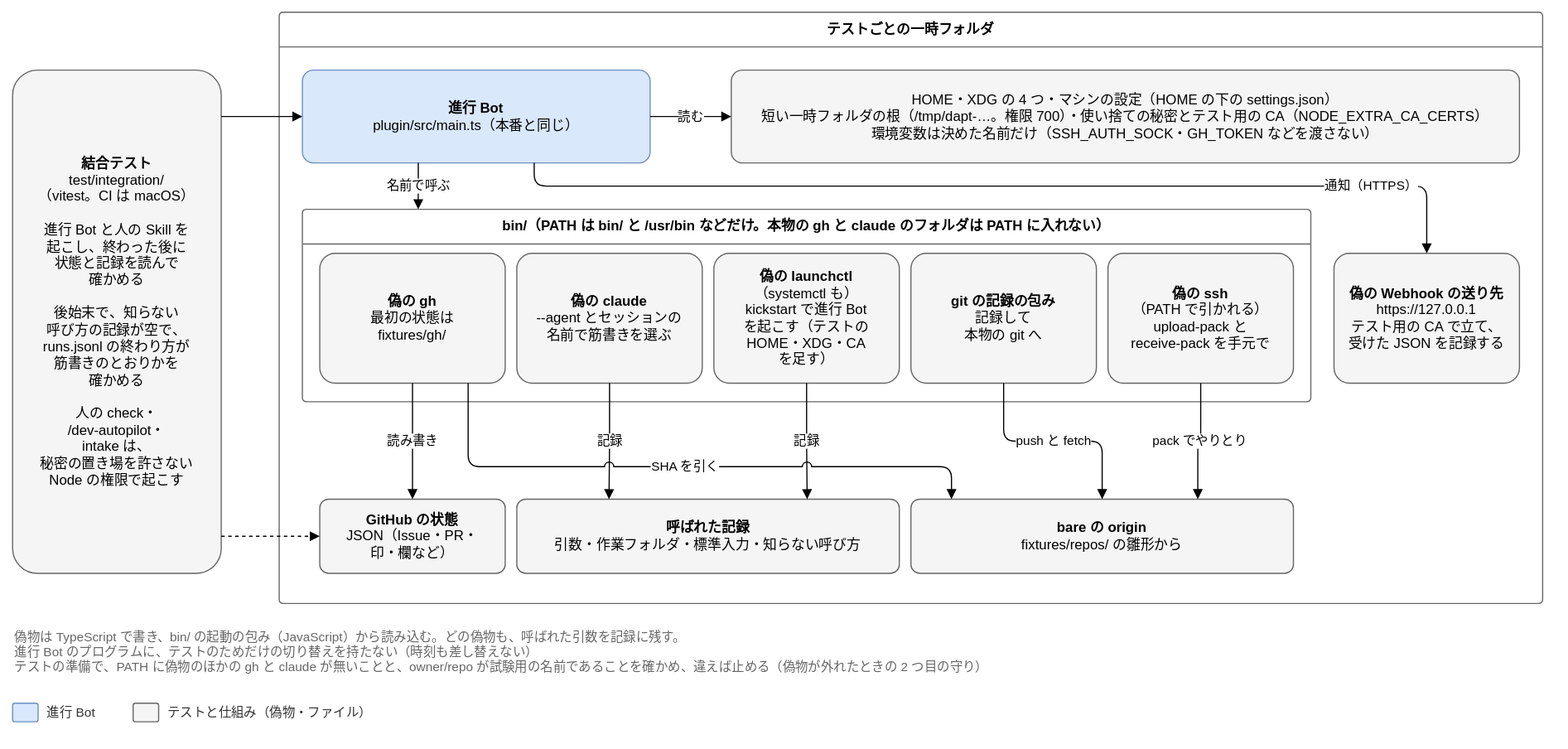
Before: docs/design/basic/diagrams/05-integration.drawio.svg, a diagram exported from draw.io (Joymerrevent/dev-autopilot). Source tidied: cells renumbered, new cells last; positions are measured from the earlier drawing's top-left corner, leaving out a move shared by most shapes.
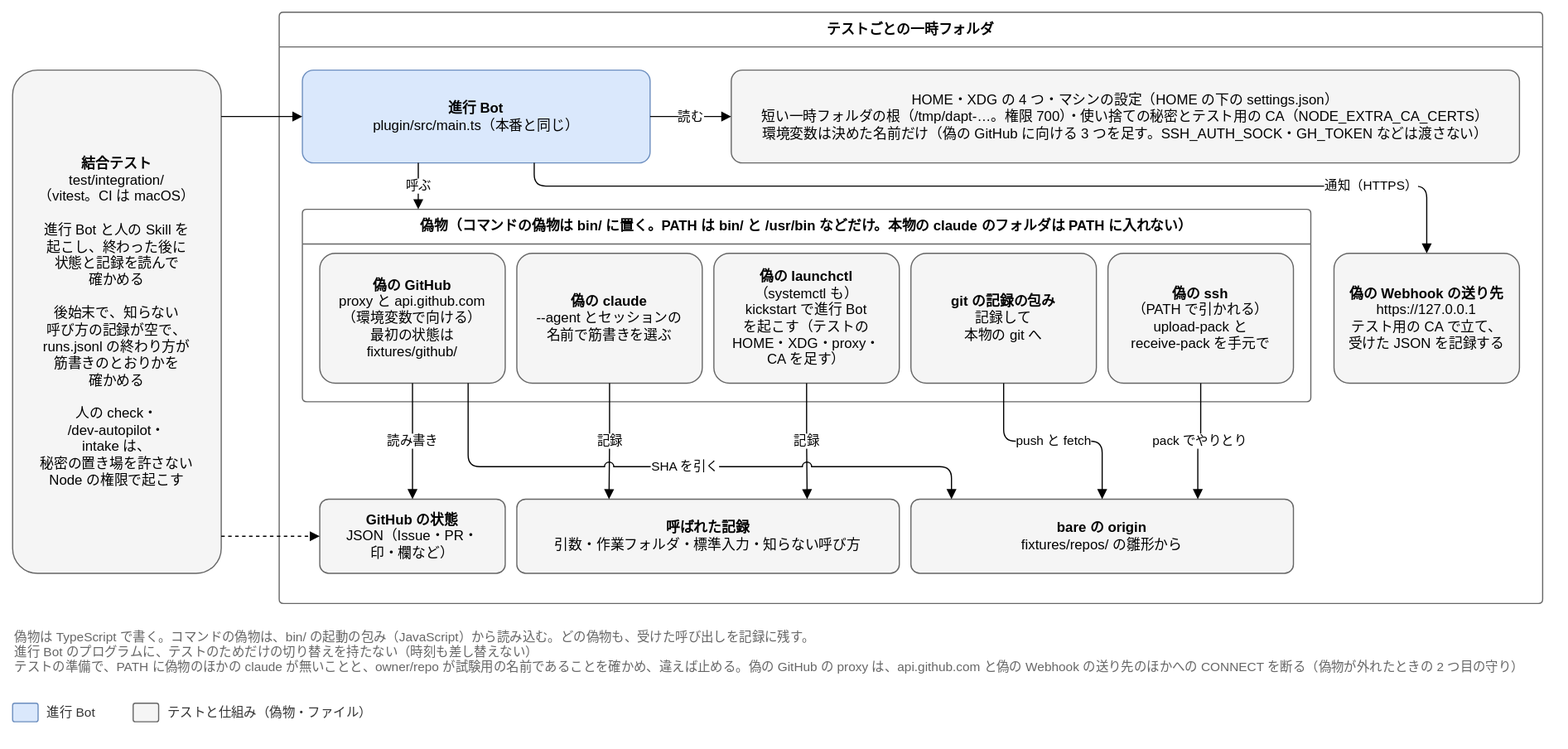
After the change.

Commit message:
docs(design): 基本設計のテストの偽の gh を、proxy の環境変数で向ける偽の GitHub に替える

ADR-20261107-001 の反映。偽の GitHub は、テスト用の CA の証明書で api.github.com として答え、
CONNECT を受ける proxy を手元に立てる。進行 Bot は NODE_USE_ENV_PROXY・HTTPS_PROXY・
NODE_EXTRA_CA_CERTS を足して起こし、テストのためだけの切り替えを持たない（FACT-123）。
proxy は api.github.com と偽の Webhook の送り先のほかへの CONNECT を断る。
結合テストの組み立ての図も直す。

Claude-Session: https://claude.ai/code/session_01LvmXQN14Y95msvojZ6hWNP

The edit, as a diff of the source:
```diff
@@ -11,19 +11,19 @@
     <mxCell id="4" value="&lt;b&gt;進行 Bot&lt;/b&gt;&lt;br&gt;plugin/src/main.ts（本番と同じ）" style="rounded=1;whiteSpace=wrap;html=1;fontSize=12;arcSize=12;spacing=12;fillColor=#dae8fc;strokeColor=#6c8ebf;" parent="1" vertex="1">
       <mxGeometry x="250" y="50" width="300" height="80" as="geometry" />
     </mxCell>
-    <mxCell id="5" value="HOME・XDG の 4 つ・マシンの設定（HOME の下の settings.json）&lt;br&gt;短い一時フォルダの根（/tmp/dapt-…。権限 700）・使い捨ての秘密とテスト用の CA（NODE_EXTRA_CA_CERTS）&lt;br&gt;環境変数は決めた名前だけ（SSH_AUTH_SOCK・GH_TOKEN などを渡さない）" style="rounded=1;whiteSpace=wrap;html=1;fontSize=12;arcSize=12;spacing=12;fillColor=#f5f5f5;strokeColor=#666666;" parent="1" vertex="1">
+    <mxCell id="5" value="HOME・XDG の 4 つ・マシンの設定（HOME の下の settings.json）&lt;br&gt;短い一時フォルダの根（/tmp/dapt-…。権限 700）・使い捨ての秘密とテスト用の CA（NODE_EXTRA_CA_CERTS）&lt;br&gt;環境変数は決めた名前だけ（偽の GitHub に向ける 3 つを足す。SSH_AUTH_SOCK・GH_TOKEN などは渡さない）" style="rounded=1;whiteSpace=wrap;html=1;fontSize=12;arcSize=12;spacing=12;fillColor=#f5f5f5;strokeColor=#666666;" parent="1" vertex="1">
       <mxGeometry x="620" y="50" width="680" height="80" as="geometry" />
     </mxCell>
-    <mxCell id="6" value="bin/（PATH は bin/ と /usr/bin などだけ。本物の gh と claude のフォルダは PATH に入れない）" style="swimlane;startSize=30;html=1;whiteSpace=wrap;rounded=1;arcSize=4;fontStyle=1;fontSize=12;strokeColor=#666666;fillColor=none;swimlaneFillColor=none;" parent="1" vertex="1">
+    <mxCell id="6" value="偽物（コマンドの偽物は bin/ に置く。PATH は bin/ と /usr/bin などだけ。本物の claude のフォルダは PATH に入れない）" style="swimlane;startSize=30;html=1;whiteSpace=wrap;rounded=1;arcSize=4;fontStyle=1;fontSize=12;strokeColor=#666666;fillColor=none;swimlaneFillColor=none;" parent="1" vertex="1">
       <mxGeometry x="250" y="170" width="870" height="166" as="geometry" />
     </mxCell>
-    <mxCell id="7" value="&lt;b&gt;偽の gh&lt;/b&gt;&lt;br&gt;最初の状態は&lt;br&gt;fixtures/gh/" style="rounded=1;whiteSpace=wrap;html=1;fontSize=12;arcSize=12;spacing=12;fillColor=#f5f5f5;strokeColor=#666666;" parent="1" vertex="1">
+    <mxCell id="7" value="&lt;b&gt;偽の GitHub&lt;/b&gt;&lt;br&gt;proxy と api.github.com&lt;br&gt;（環境変数で向ける）&lt;br&gt;最初の状態は&lt;br&gt;fixtures/github/" style="rounded=1;whiteSpace=wrap;html=1;fontSize=12;arcSize=12;spacing=12;fillColor=#f5f5f5;strokeColor=#666666;" parent="1" vertex="1">
       <mxGeometry x="265" y="208" width="160" height="112" as="geometry" />
     </mxCell>
     <mxCell id="8" value="&lt;b&gt;偽の claude&lt;/b&gt;&lt;br&gt;--agent とセッションの&lt;br&gt;名前で筋書きを選ぶ" style="rounded=1;whiteSpace=wrap;html=1;fontSize=12;arcSize=12;spacing=12;fillColor=#f5f5f5;strokeColor=#666666;" parent="1" vertex="1">
       <mxGeometry x="435" y="208" width="160" height="112" as="geometry" />
     </mxCell>
-    <mxCell id="9" value="&lt;b&gt;偽の launchctl&lt;/b&gt;&lt;br&gt;（systemctl も）&lt;br&gt;kickstart で進行 Bot&lt;br&gt;を起こす（テストの&lt;br&gt;HOME・XDG・CA&lt;br&gt;を足す）" style="rounded=1;whiteSpace=wrap;html=1;fontSize=12;arcSize=12;spacing=12;fillColor=#f5f5f5;strokeColor=#666666;" parent="1" vertex="1">
+    <mxCell id="9" value="&lt;b&gt;偽の launchctl&lt;/b&gt;&lt;br&gt;（systemctl も）&lt;br&gt;kickstart で進行 Bot&lt;br&gt;を起こす（テストの&lt;br&gt;HOME・XDG・proxy・&lt;br&gt;CA を足す）" style="rounded=1;whiteSpace=wrap;html=1;fontSize=12;arcSize=12;spacing=12;fillColor=#f5f5f5;strokeColor=#666666;" parent="1" vertex="1">
       <mxGeometry x="605" y="208" width="160" height="112" as="geometry" />
     </mxCell>
     <mxCell id="10" value="&lt;b&gt;git の記録の包み&lt;/b&gt;&lt;br&gt;記録して&lt;br&gt;本物の git へ" style="rounded=1;whiteSpace=wrap;html=1;fontSize=12;arcSize=12;spacing=12;fillColor=#f5f5f5;strokeColor=#666666;" parent="1" vertex="1">
@@ -44,7 +44,7 @@
     <mxCell id="15" value="読む" style="edgeStyle=orthogonalEdgeStyle;rounded=1;html=1;endArrow=block;endFill=1;fontSize=11;labelBackgroundColor=#ffffff;exitX=1;exitY=0.5;exitDx=0;exitDy=0;entryX=0;entryY=0.5;entryDx=0;entryDy=0;" parent="1" edge="1" source="4" target="5">
       <mxGeometry relative="1" as="geometry" />
     </mxCell>
-    <mxCell id="16" value="名前で呼ぶ" style="edgeStyle=orthogonalEdgeStyle;rounded=1;html=1;endArrow=block;endFill=1;fontSize=11;labelBackgroundColor=#ffffff;exitX=0.3333;exitY=1;exitDx=0;exitDy=0;entryX=0.1149;entryY=0;entryDx=0;entryDy=0;" parent="1" edge="1" source="4" target="6">
+    <mxCell id="16" value="呼ぶ" style="edgeStyle=orthogonalEdgeStyle;rounded=1;html=1;endArrow=block;endFill=1;fontSize=11;labelBackgroundColor=#ffffff;exitX=0.3333;exitY=1;exitDx=0;exitDy=0;entryX=0.1149;entryY=0;entryDx=0;entryDy=0;" parent="1" edge="1" source="4" target="6">
       <mxGeometry relative="1" as="geometry" />
     </mxCell>
     <mxCell id="17" value="読み書き" style="edgeStyle=orthogonalEdgeStyle;rounded=1;html=1;endArrow=block;endFill=1;fontSize=11;labelBackgroundColor=#ffffff;exitX=0.5;exitY=1;exitDx=0;exitDy=0;entryX=0.5;entryY=0;entryDx=0;entryDy=0;" parent="1" edge="1" source="7" target="11">
@@ -73,7 +73,7 @@
         </Array>
       </mxGeometry>
     </mxCell>
-    <mxCell id="24" value="偽物は TypeScript で書き、bin/ の起動の包み（JavaScript）から読み込む。どの偽物も、呼ばれた引数を記録に残す。&lt;br&gt;進行 Bot のプログラムに、テストのためだけの切り替えを持たない（時刻も差し替えない）&lt;br&gt;テストの準備で、PATH に偽物のほかの gh と claude が無いことと、owner/repo が試験用の名前であることを確かめ、違えば止める（偽物が外れたときの 2 つ目の守り）" style="text;html=1;whiteSpace=wrap;align=left;verticalAlign=top;fontSize=11;fontColor=#666666;" parent="1" vertex="1">
+    <mxCell id="24" value="偽物は TypeScript で書く。コマンドの偽物は、bin/ の起動の包み（JavaScript）から読み込む。どの偽物も、受けた呼び出しを記録に残す。&lt;br&gt;進行 Bot のプログラムに、テストのためだけの切り替えを持たない（時刻も差し替えない）&lt;br&gt;テストの準備で、PATH に偽物のほかの claude が無いことと、owner/repo が試験用の名前であることを確かめ、違えば止める。偽の GitHub の proxy は、api.github.com と偽の Webhook の送り先のほかへの CONNECT を断る（偽物が外れたときの 2 つ目の守り）" style="text;html=1;whiteSpace=wrap;align=left;verticalAlign=top;fontSize=11;fontColor=#666666;" parent="1" vertex="1">
       <mxGeometry y="526" width="1320" height="52" as="geometry" />
     </mxCell>
     <mxCell id="25" style="rounded=1;whiteSpace=wrap;html=1;fontSize=12;arcSize=12;spacing=12;fillColor=#dae8fc;strokeColor=#6c8ebf;" parent="1" vertex="1">
```
